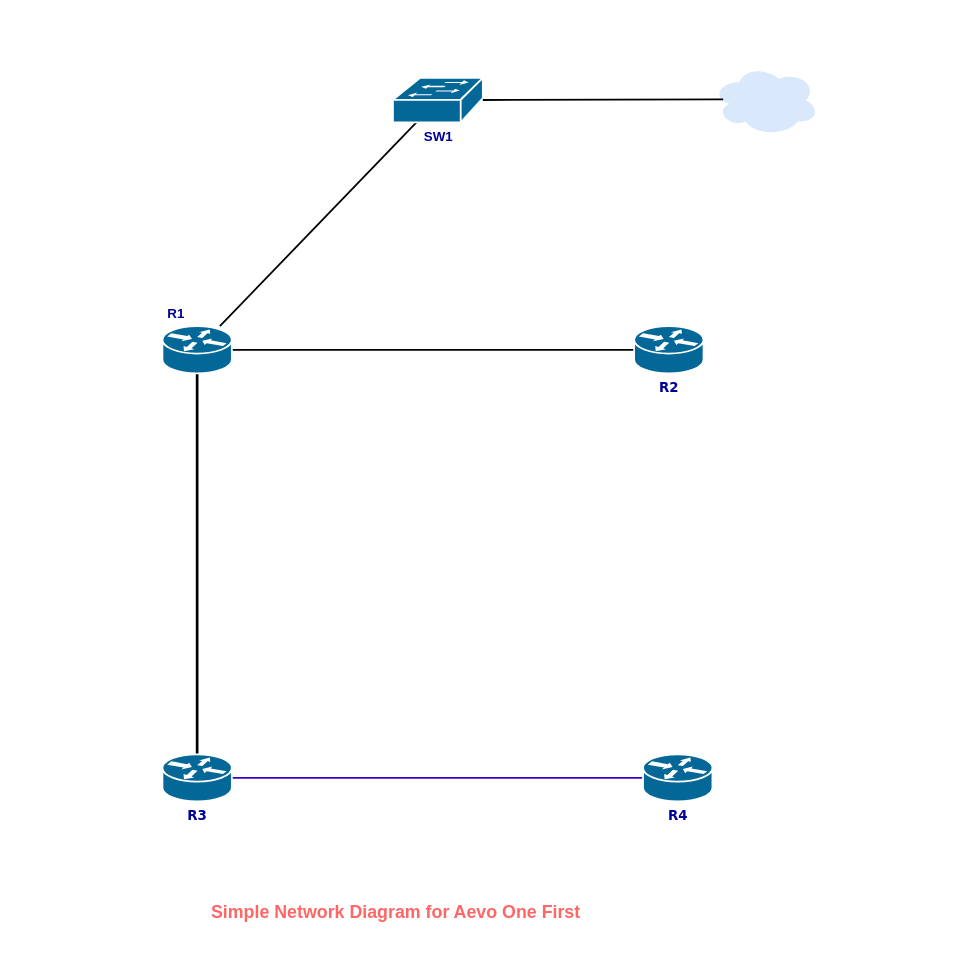
aevoone/diagrams keeps this draw.io diagram as First Network Diagram.drawio. Above is the earlier version. Source tidied: cells renumbered, new cells numbered last; positions are measured from the earlier drawing's top-left corner, leaving out a move shared by most shapes. Both pictures are drawn from the tidied source at 89%, with x=0, y=0 at pixel (162, 64).
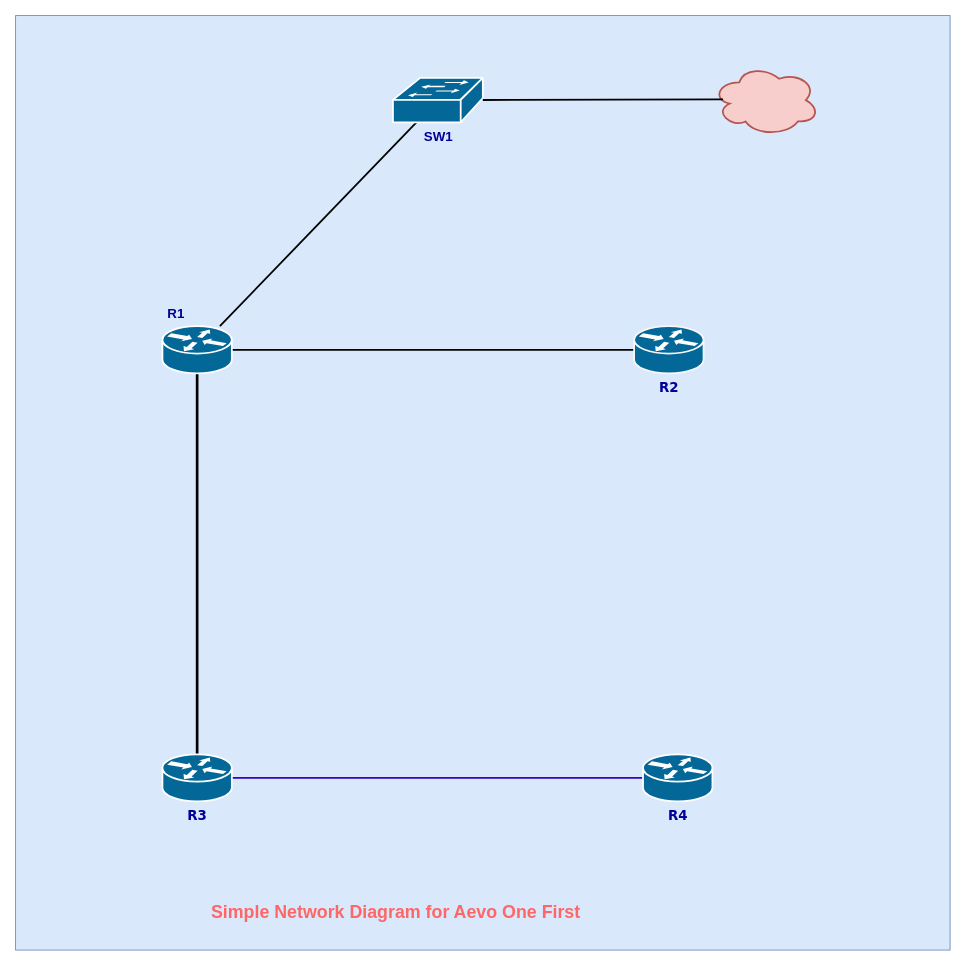
The same page after the edit.

Change to the diagram source:
```diff
@@
 <mxGraphModel>
   <root>
     <mxCell id="0" />
     <mxCell id="1" parent="0" />
+    <mxCell id="15" style="whiteSpace=wrap;html=1;fillColor=#dae8fc;strokeColor=#6c8ebf;" parent="1" vertex="1">
+      <mxGeometry x="-165" y="-55" width="1050" height="1050" as="geometry" />
+    </mxCell>
-    <mxCell id="2" style="ellipse;shape=cloud;whiteSpace=wrap;html=1;verticalAlign=top;fillColor=#dae8fc;strokeColor=none;sketch=0;dashed=0;strokeWidth=2;" parent="1" vertex="1">
+    <mxCell id="2" style="ellipse;shape=cloud;whiteSpace=wrap;html=1;verticalAlign=top;fillColor=#f8cecc;strokeColor=#b85450;sketch=0;dashed=0;strokeWidth=2;" parent="1" vertex="1">
       <mxGeometry x="618" width="120" height="80" as="geometry" />
     </mxCell>
     <mxCell id="3" style="edgeStyle=none;html=1;labelBackgroundColor=none;startFill=0;endArrow=none;endFill=0;strokeWidth=2;fontFamily=Verdana;fontSize=15;exitX=0;exitY=0.5;exitDx=0;exitDy=0;exitPerimeter=0;fontStyle=1;fontColor=#000099;" parent="1" edge="1" source="7" target="6">
       <mxGeometry relative="1" as="geometry" />
     </mxCell>
     <mxCell id="4" style="edgeStyle=none;html=1;labelBackgroundColor=none;startFill=0;endArrow=none;endFill=0;strokeWidth=2;fontFamily=Verdana;fontSize=15;fontStyle=1;fontColor=#000099;" parent="1" edge="1" source="6" target="11">
       <mxGeometry relative="1" as="geometry" />
     </mxCell>
     <mxCell id="5" style="rounded=0;jettySize=auto;html=1;endArrow=none;endFill=0;strokeWidth=3;fontSize=15;fontStyle=1;fontColor=#000099;" parent="1" edge="1" source="6" target="9">
       <mxGeometry relative="1" as="geometry" />
     </mxCell>
     <mxCell id="6" style="shape=mxgraph.cisco.routers.router;html=1;dashed=0;fillColor=#036897;strokeColor=#ffffff;strokeWidth=2;verticalLabelPosition=bottom;verticalAlign=top;rounded=0;shadow=0;comic=0;fontFamily=Verdana;fontSize=15;fontStyle=1;fontColor=#000099;" parent="1" vertex="1">
       <mxGeometry y="294" width="78" height="53" as="geometry" />
     </mxCell>
-    <mxCell id="7" value="R2" style="shape=mxgraph.cisco.routers.router;html=1;dashed=0;fillColor=#036897;strokeColor=#ffffff;strokeWidth=2;verticalLabelPosition=bottom;verticalAlign=top;rounded=0;shadow=0;comic=0;fontFamily=Verdana;fontSize=15;fontStyle=1;fontColor=#000099;" parent="1" vertex="1">
+    <mxCell id="7" value="R2" style="shape=mxgraph.cisco.routers.router;html=1;dashed=0;fillColor=#036897;strokeColor=#F7F7F7;strokeWidth=2;verticalLabelPosition=bottom;verticalAlign=top;rounded=0;shadow=0;comic=0;fontFamily=Verdana;fontSize=15;fontStyle=1;fontColor=#000099;" parent="1" vertex="1">
       <mxGeometry x="530" y="294" width="78" height="53" as="geometry" />
     </mxCell>
     <mxCell id="8" style="rounded=0;jettySize=auto;html=1;endArrow=none;endFill=0;strokeWidth=2;fillColor=#6a00ff;strokeColor=#3700CC;fontSize=15;fontStyle=1;fontColor=#000099;" parent="1" edge="1" source="9" target="10">
       <mxGeometry relative="1" as="geometry" />
     </mxCell>
     <mxCell id="9" value="R3" style="shape=mxgraph.cisco.routers.router;html=1;dashed=0;fillColor=#036897;strokeColor=#ffffff;strokeWidth=2;verticalLabelPosition=bottom;verticalAlign=top;rounded=0;shadow=0;comic=0;fontFamily=Verdana;fontSize=15;fontStyle=1;fontColor=#000099;" parent="1" vertex="1">
       <mxGeometry y="775" width="78" height="53" as="geometry" />
     </mxCell>
     <mxCell id="10" value="R4" style="shape=mxgraph.cisco.routers.router;html=1;dashed=0;fillColor=#036897;strokeColor=#ffffff;strokeWidth=2;verticalLabelPosition=bottom;verticalAlign=top;rounded=0;shadow=0;comic=0;fontFamily=Verdana;fontSize=15;fontStyle=1;fontColor=#000099;" parent="1" vertex="1">
       <mxGeometry x="540" y="775" width="78" height="53" as="geometry" />
     </mxCell>
     <mxCell id="11" value="SW1" style="shape=mxgraph.cisco.switches.workgroup_switch;sketch=0;html=1;dashed=0;fillColor=#036897;strokeColor=#ffffff;strokeWidth=2;verticalLabelPosition=bottom;verticalAlign=top;align=center;outlineConnect=0;fontFamily=Helvetica;fontSize=15;fontColor=#000099;fontStyle=1;" parent="1" vertex="1">
       <mxGeometry x="259" y="15" width="101" height="50" as="geometry" />
     </mxCell>
     <mxCell id="12" style="edgeStyle=none;rounded=0;jettySize=auto;html=1;endArrow=none;endFill=0;strokeWidth=2;entryX=0.1;entryY=0.488;entryDx=0;entryDy=0;entryPerimeter=0;fontSize=15;fontStyle=1;fontColor=#000099;" parent="1" edge="1" source="11" target="2">
       <mxGeometry relative="1" as="geometry" />
     </mxCell>
     <mxCell id="13" value="Simple Network Diagram for Aevo One First" style="text;strokeColor=none;fillColor=none;align=left;verticalAlign=middle;spacingLeft=4;spacingRight=4;overflow=hidden;fontStyle=1;fontSize=20;fontFamily=Helvetica;fontColor=#FF6666;" parent="1" vertex="1">
       <mxGeometry x="49" y="935" width="481" height="30" as="geometry" />
     </mxCell>
     <mxCell id="14" value="R1" style="text;strokeColor=none;fillColor=none;align=left;verticalAlign=middle;spacingLeft=4;spacingRight=4;overflow=hidden;fontSize=15;fontStyle=1;fontColor=#000099;" parent="1" vertex="1">
       <mxGeometry y="264" width="80" height="30" as="geometry" />
     </mxCell>
   </root>
 </mxGraphModel>
```
